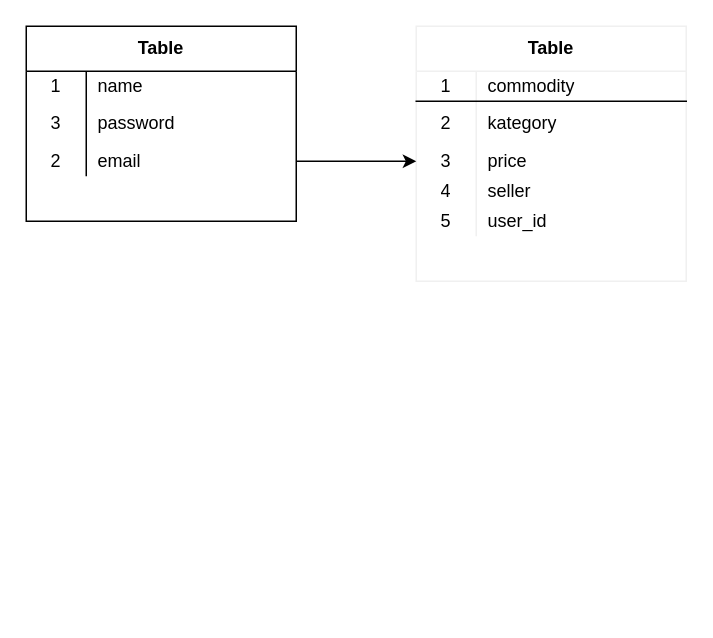
m-sugimoto/furima-29638 keeps this draw.io diagram as test.dio. Above is the earlier version. Source tidied: cells renumbered, new cells numbered last; positions are measured from the earlier drawing's top-left corner, leaving out a move shared by most shapes. Both pictures are drawn from the tidied source at 150%, with x=0, y=0 at pixel (26, 26).
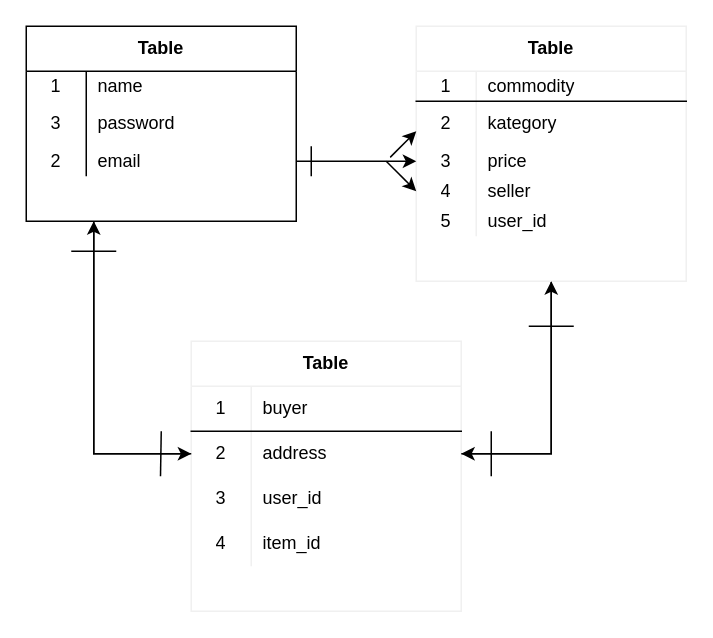
After the change.

Unchanged cells that the change refers to:
```xml
<mxCell id="2" value="Table" style="shape=table;html=1;whiteSpace=wrap;startSize=30;childLayout=tableLayout;rowLines=0;fontStyle=1;align=center;strokeColor=#F0F0F0;" parent="1" vertex="1">
  <mxGeometry x="260" width="180" height="170" as="geometry" />
</mxCell>
<mxCell id="18" value="Table" style="shape=table;html=1;whiteSpace=wrap;startSize=30;childLayout=tableLayout;rowLines=0;fontStyle=1;align=center;" parent="1" vertex="1">
  <mxGeometry width="180" height="130" as="geometry" />
</mxCell>
```

What changed in the source:
```diff
@@
+    <mxCell id="29" style="edgeStyle=orthogonalEdgeStyle;rounded=0;jettySize=auto;html=1;exitX=0.5;exitY=1;exitDx=0;exitDy=0;entryX=1;entryY=0.5;entryDx=0;entryDy=0;startSize=30;" parent="1" edge="1" source="2" target="38">
+      <mxGeometry relative="1" as="geometry" />
+    </mxCell>
@@
+    <mxCell id="30" style="edgeStyle=orthogonalEdgeStyle;rounded=0;jettySize=auto;html=1;exitX=0.25;exitY=1;exitDx=0;exitDy=0;entryX=0;entryY=0.5;entryDx=0;entryDy=0;startSize=30;" parent="1" edge="1" source="18" target="38">
+      <mxGeometry relative="1" as="geometry" />
+    </mxCell>
@@
+    <mxCell id="31" style="endArrow=none;html=1;" parent="1" edge="1">
+      <mxGeometry relative="1" as="geometry">
+        <mxPoint x="190" y="100" as="sourcePoint" />
+        <mxPoint x="190" y="80" as="targetPoint" />
+      </mxGeometry>
+    </mxCell>
+    <mxCell id="32" style="endArrow=classic;html=1;" parent="1" edge="1">
+      <mxGeometry relative="1" as="geometry">
+        <mxPoint x="250" y="80" as="sourcePoint" />
+        <mxPoint x="260" y="70" as="targetPoint" />
+        <Array as="points">
+          <mxPoint x="240" y="90" />
+        </Array>
+      </mxGeometry>
+    </mxCell>
+    <mxCell id="33" style="endArrow=classic;html=1;" parent="1" edge="1">
+      <mxGeometry relative="1" as="geometry">
+        <mxPoint x="240" y="90" as="sourcePoint" />
+        <mxPoint x="260" y="110" as="targetPoint" />
+        <Array as="points">
+          <mxPoint x="250" y="100" />
+        </Array>
+      </mxGeometry>
+    </mxCell>
+    <mxCell id="34" value="Table" style="shape=table;html=1;whiteSpace=wrap;startSize=30;childLayout=tableLayout;rowLines=0;fontStyle=1;align=center;strokeColor=#F0F0F0;" parent="1" vertex="1">
+      <mxGeometry x="110" y="210" width="180" height="180" as="geometry" />
+    </mxCell>
+    <mxCell id="35" style="shape=partialRectangle;html=1;whiteSpace=wrap;fillColor=none;top=0;left=0;bottom=1;right=0;" parent="34" vertex="1">
+      <mxGeometry y="30" width="180" height="30" as="geometry" />
+    </mxCell>
+    <mxCell id="36" value="1" style="shape=partialRectangle;html=1;whiteSpace=wrap;fillColor=none;top=0;left=0;bottom=0;right=0;overflow=hidden;" parent="35" vertex="1">
+      <mxGeometry width="40" height="30" as="geometry" />
+    </mxCell>
+    <mxCell id="37" value="buyer" style="shape=partialRectangle;html=1;whiteSpace=wrap;fillColor=none;top=0;left=0;bottom=0;right=0;align=left;spacingLeft=6;overflow=hidden;" parent="35" vertex="1">
+      <mxGeometry x="40" width="140" height="30" as="geometry" />
+    </mxCell>
+    <mxCell id="38" style="shape=partialRectangle;html=1;whiteSpace=wrap;fillColor=none;top=0;left=0;bottom=0;right=0;points=[[0,0.5],[1,0.5]];portConstraint=eastwest;" parent="34" vertex="1">
+      <mxGeometry y="60" width="180" height="30" as="geometry" />
+    </mxCell>
+    <mxCell id="39" value="2" style="shape=partialRectangle;html=1;whiteSpace=wrap;fillColor=none;top=0;left=0;bottom=0;right=0;overflow=hidden;" parent="38" vertex="1">
+      <mxGeometry width="40" height="30" as="geometry" />
+    </mxCell>
+    <mxCell id="40" value="address" style="shape=partialRectangle;html=1;whiteSpace=wrap;fillColor=none;top=0;left=0;bottom=0;right=0;align=left;spacingLeft=6;overflow=hidden;" parent="38" vertex="1">
+      <mxGeometry x="40" width="140" height="30" as="geometry" />
+    </mxCell>
+    <mxCell id="41" style="shape=partialRectangle;html=1;whiteSpace=wrap;fillColor=none;top=0;left=0;bottom=0;right=0;" parent="34" vertex="1">
+      <mxGeometry y="90" width="180" height="30" as="geometry" />
+    </mxCell>
+    <mxCell id="42" value="3" style="shape=partialRectangle;html=1;whiteSpace=wrap;fillColor=none;top=0;left=0;bottom=0;right=0;overflow=hidden;" parent="41" vertex="1">
+      <mxGeometry width="40" height="30" as="geometry" />
+    </mxCell>
+    <mxCell id="43" value="user_id" style="shape=partialRectangle;html=1;whiteSpace=wrap;fillColor=none;top=0;left=0;bottom=0;right=0;align=left;spacingLeft=6;overflow=hidden;" parent="41" vertex="1">
+      <mxGeometry x="40" width="140" height="30" as="geometry" />
+    </mxCell>
+    <mxCell id="44" style="shape=partialRectangle;html=1;whiteSpace=wrap;fillColor=none;top=0;left=0;bottom=0;right=0;" parent="34" vertex="1">
+      <mxGeometry y="120" width="180" height="30" as="geometry" />
+    </mxCell>
+    <mxCell id="45" value="4" style="shape=partialRectangle;html=1;whiteSpace=wrap;fillColor=none;top=0;left=0;bottom=0;right=0;overflow=hidden;" parent="44" vertex="1">
+      <mxGeometry width="40" height="30" as="geometry" />
+    </mxCell>
+    <mxCell id="46" value="item_id" style="shape=partialRectangle;html=1;whiteSpace=wrap;fillColor=none;top=0;left=0;bottom=0;right=0;align=left;spacingLeft=6;overflow=hidden;" parent="44" vertex="1">
+      <mxGeometry x="40" width="140" height="30" as="geometry" />
+    </mxCell>
+    <mxCell id="47" style="edgeStyle=orthogonalEdgeStyle;rounded=0;jettySize=auto;html=1;exitX=1;exitY=0.5;exitDx=0;exitDy=0;startSize=30;entryX=0.5;entryY=1;entryDx=0;entryDy=0;" parent="1" edge="1" source="38" target="2">
+      <mxGeometry relative="1" as="geometry">
+        <Array as="points">
+          <mxPoint x="350" y="285" />
+        </Array>
+      </mxGeometry>
+    </mxCell>
+    <mxCell id="48" style="edgeStyle=orthogonalEdgeStyle;rounded=0;jettySize=auto;html=1;exitX=0;exitY=0.5;exitDx=0;exitDy=0;startSize=30;entryX=0.25;entryY=1;entryDx=0;entryDy=0;" parent="1" edge="1" source="38" target="18">
+      <mxGeometry relative="1" as="geometry" />
+    </mxCell>
+    <mxCell id="49" style="endArrow=none;html=1;" parent="1" edge="1">
+      <mxGeometry relative="1" as="geometry">
+        <mxPoint x="335" y="200" as="sourcePoint" />
+        <mxPoint x="365" y="200" as="targetPoint" />
+        <Array as="points">
+          <mxPoint x="355" y="200" />
+        </Array>
+      </mxGeometry>
+    </mxCell>
+    <mxCell id="50" style="endArrow=none;html=1;" parent="1" edge="1">
+      <mxGeometry relative="1" as="geometry">
+        <mxPoint x="310" y="300" as="sourcePoint" />
+        <mxPoint x="310" y="270" as="targetPoint" />
+      </mxGeometry>
+    </mxCell>
+    <mxCell id="51" style="endArrow=none;html=1;" parent="1" edge="1">
+      <mxGeometry relative="1" as="geometry">
+        <mxPoint x="89.5" y="300" as="sourcePoint" />
+        <mxPoint x="90" y="270" as="targetPoint" />
+      </mxGeometry>
+    </mxCell>
+    <mxCell id="52" style="endArrow=none;html=1;" parent="1" edge="1">
+      <mxGeometry relative="1" as="geometry">
+        <mxPoint x="30" y="150" as="sourcePoint" />
+        <mxPoint x="60" y="150" as="targetPoint" />
+      </mxGeometry>
+    </mxCell>
```
